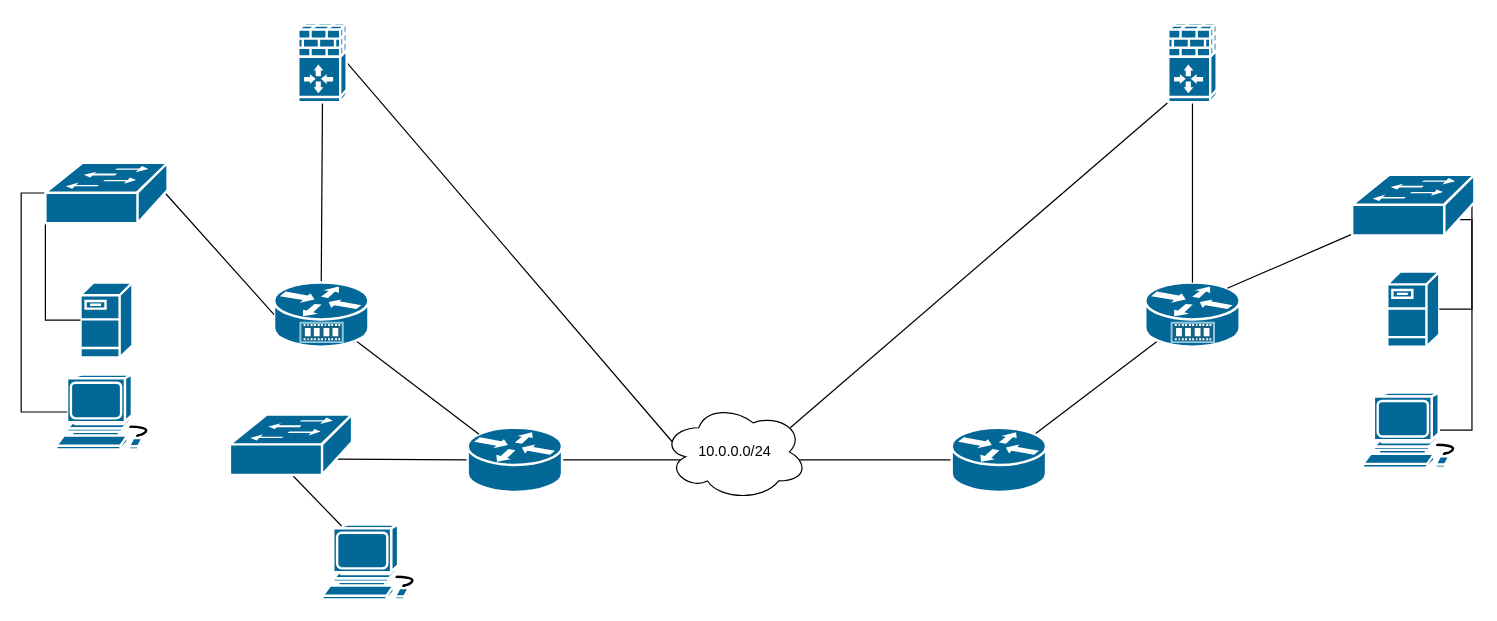
Above: Untitled Diagram.drawio in cjbaccus/Ansible_isr_lab (draw.io), before the change. Source tidied: cells renumbered, new cells numbered last; positions are measured from the earlier drawing's top-left corner, leaving out a move shared by most shapes. Both pictures are drawn from the tidied source at 121%, with x=0, y=0 at pixel (21, 22).
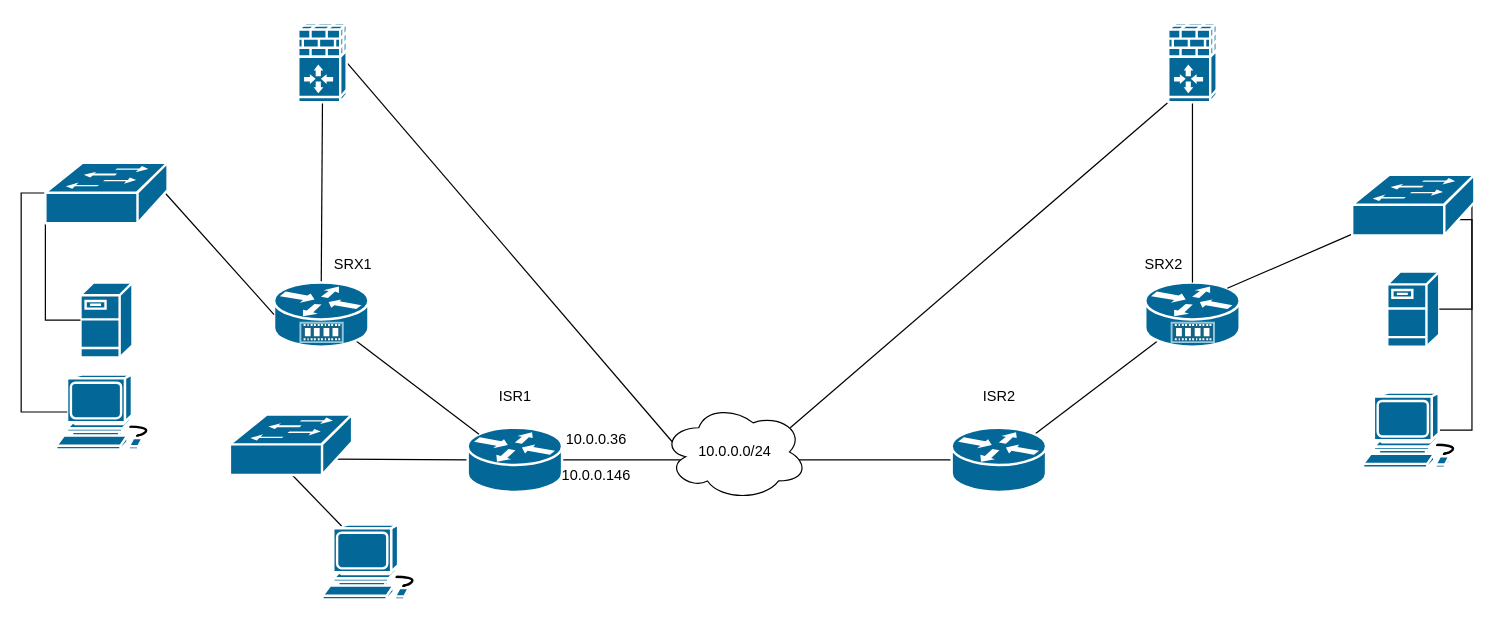
Above is the later version.

The edit, as a diff of the source:
```diff
@@
+    <mxCell id="32" value="ISR1" style="text;html=1;align=center;verticalAlign=middle;fillColor=none;strokeColor=none;rounded=0;" parent="1" vertex="1">
+      <mxGeometry x="383" y="294" width="50" height="30" as="geometry" />
+    </mxCell>
+    <mxCell id="33" value="ISR2" style="text;html=1;align=center;verticalAlign=middle;fillColor=none;strokeColor=none;rounded=0;" parent="1" vertex="1">
+      <mxGeometry x="783" y="294" width="50" height="30" as="geometry" />
+    </mxCell>
+    <mxCell id="34" value="SRX1" style="text;html=1;align=center;verticalAlign=middle;fillColor=none;strokeColor=none;rounded=0;" parent="1" vertex="1">
+      <mxGeometry x="249" y="185" width="50" height="30" as="geometry" />
+    </mxCell>
+    <mxCell id="35" value="SRX2" style="text;html=1;align=center;verticalAlign=middle;fillColor=none;strokeColor=none;rounded=0;" parent="1" vertex="1">
+      <mxGeometry x="919" y="185" width="50" height="30" as="geometry" />
+    </mxCell>
+    <mxCell id="36" value="10.0.0.146" style="text;html=1;align=center;verticalAlign=middle;fillColor=none;strokeColor=none;rounded=0;" parent="1" vertex="1">
+      <mxGeometry x="435" y="360" width="80" height="30" as="geometry" />
+    </mxCell>
+    <mxCell id="37" value="10.0.0.36" style="text;html=1;align=center;verticalAlign=middle;fillColor=none;strokeColor=none;rounded=0;" parent="1" vertex="1">
+      <mxGeometry x="440" y="330" width="70" height="30" as="geometry" />
+    </mxCell>
```
